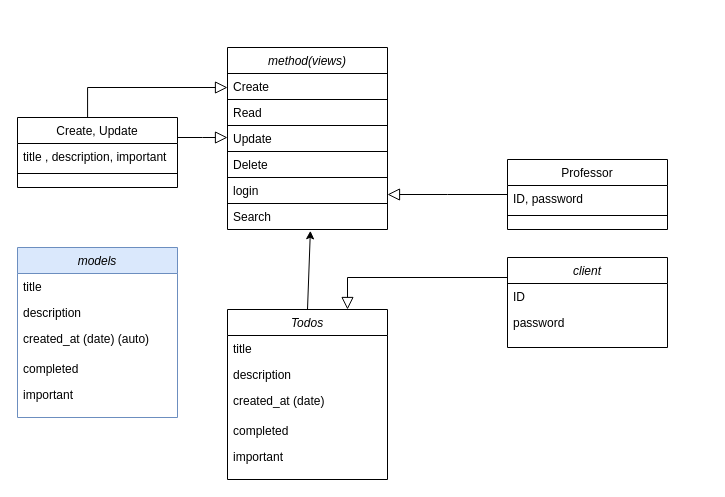
wjddn4502/raspberry_236 keeps this draw.io diagram as 제목 없는 다이어그램.drawio. Above is the earlier version. Source tidied: cells renumbered, new cells numbered last; positions are measured from the earlier drawing's top-left corner, leaving out a move shared by most shapes. Both pictures are drawn from the tidied source at 100%, with x=0, y=0 at pixel (17, 47).
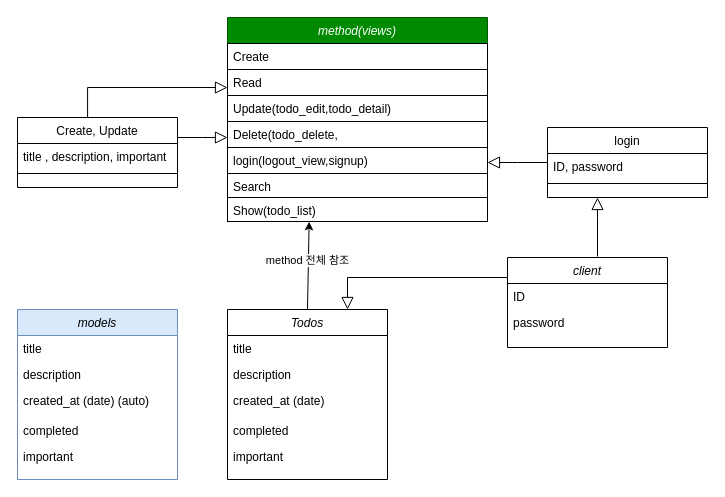
After the change.

Commit message:
제목 없는 다이어그램.drawio 업데이트

Unchanged cells that the change refers to:
```xml
<mxCell id="28" value="Todos" style="swimlane;fontStyle=2;align=center;verticalAlign=top;horizontal=1;startSize=26;rounded=0;shadow=0;strokeWidth=1;" parent="1" vertex="1">
  <mxGeometry x="210" y="262" width="160" height="170" as="geometry" />
</mxCell>
```

What changed in the source:
```diff
@@
-    <mxCell id="2" value="method(views)" style="swimlane;fontStyle=2;align=center;verticalAlign=top;horizontal=1;startSize=26;rounded=0;shadow=0;strokeWidth=1;" parent="1" vertex="1">
-      <mxGeometry x="210" width="160" height="182" as="geometry" />
+    <mxCell id="2" value="method(views)" style="swimlane;fontStyle=2;align=center;verticalAlign=top;horizontal=1;startSize=26;rounded=0;shadow=0;strokeWidth=1;fillColor=#008a00;fontColor=#ffffff;strokeColor=#005700;" parent="1" vertex="1">
+      <mxGeometry x="210" y="-30" width="260" height="204" as="geometry" />
     </mxCell>
     <mxCell id="3" value="Create" style="text;align=left;verticalAlign=top;spacingLeft=4;spacingRight=4;overflow=hidden;strokeColor=default;" parent="2" vertex="1">
-      <mxGeometry y="26" width="160" height="26" as="geometry" />
+      <mxGeometry y="26" width="260" height="26" as="geometry" />
     </mxCell>
     <mxCell id="4" value="Read" style="text;align=left;verticalAlign=top;spacingLeft=4;spacingRight=4;overflow=hidden;rounded=0;shadow=0;html=0;strokeColor=default;" parent="2" vertex="1">
-      <mxGeometry y="52" width="160" height="26" as="geometry" />
+      <mxGeometry y="52" width="260" height="26" as="geometry" />
     </mxCell>
-    <mxCell id="5" value="Update" style="text;align=left;verticalAlign=top;spacingLeft=4;spacingRight=4;overflow=hidden;rounded=0;shadow=0;html=0;strokeColor=default;" parent="2" vertex="1">
-      <mxGeometry y="78" width="160" height="26" as="geometry" />
+    <mxCell id="5" value="Update(todo_edit,todo_detail)" style="text;align=left;verticalAlign=top;spacingLeft=4;spacingRight=4;overflow=hidden;rounded=0;shadow=0;html=0;strokeColor=default;" parent="2" vertex="1">
+      <mxGeometry y="78" width="260" height="26" as="geometry" />
     </mxCell>
-    <mxCell id="6" value="Delete" style="text;align=left;verticalAlign=top;spacingLeft=4;spacingRight=4;overflow=hidden;strokeColor=default;" parent="2" vertex="1">
-      <mxGeometry y="104" width="160" height="26" as="geometry" />
+    <mxCell id="6" value="Delete(todo_delete," style="text;align=left;verticalAlign=top;spacingLeft=4;spacingRight=4;overflow=hidden;strokeColor=default;" parent="2" vertex="1">
+      <mxGeometry y="104" width="260" height="26" as="geometry" />
     </mxCell>
-    <mxCell id="7" value="login" style="text;align=left;verticalAlign=top;spacingLeft=4;spacingRight=4;overflow=hidden;strokeColor=default;" parent="2" vertex="1">
-      <mxGeometry y="130" width="160" height="26" as="geometry" />
+    <mxCell id="7" value="login(logout_view,signup)" style="text;align=left;verticalAlign=top;spacingLeft=4;spacingRight=4;overflow=hidden;strokeColor=default;" parent="2" vertex="1">
+      <mxGeometry y="130" width="260" height="26" as="geometry" />
     </mxCell>
-    <mxCell id="8" value="Search" style="text;align=left;verticalAlign=top;spacingLeft=4;spacingRight=4;overflow=hidden;points=[[0,0.5],[1,0.5]];portConstraint=eastwest;" parent="2" vertex="1">
-      <mxGeometry y="156" width="160" height="26" as="geometry" />
+    <mxCell id="8" value="Search" style="text;align=left;verticalAlign=top;spacingLeft=4;spacingRight=4;overflow=hidden;points=[[0,0.5],[1,0.5]];portConstraint=eastwest;strokeColor=default;" parent="2" vertex="1">
+      <mxGeometry y="156" width="260" height="24" as="geometry" />
     </mxCell>
+    <mxCell id="38" value="Show(todo_list)" style="text;align=left;verticalAlign=top;spacingLeft=4;spacingRight=4;overflow=hidden;points=[[0,0.5],[1,0.5]];portConstraint=eastwest;strokeColor=default;" parent="2" vertex="1">
+      <mxGeometry y="180" width="260" height="24" as="geometry" />
+    </mxCell>
-    <mxCell id="9" value="Professor" style="swimlane;fontStyle=0;align=center;verticalAlign=top;horizontal=1;startSize=26;rounded=0;shadow=0;strokeWidth=1;" parent="1" vertex="1">
-      <mxGeometry x="490" y="112" width="160" height="70" as="geometry" />
+    <mxCell id="9" value="login" style="swimlane;fontStyle=0;align=center;verticalAlign=top;horizontal=1;startSize=26;rounded=0;shadow=0;strokeWidth=1;" parent="1" vertex="1">
+      <mxGeometry x="530" y="80" width="160" height="70" as="geometry" />
     </mxCell>
@@
     <mxCell id="17" value="models" style="swimlane;fontStyle=2;align=center;verticalAlign=top;horizontal=1;startSize=26;rounded=0;shadow=0;strokeWidth=1;fillColor=#dae8fc;strokeColor=#6c8ebf;" parent="1" vertex="1">
-      <mxGeometry y="200" width="160" height="170" as="geometry" />
+      <mxGeometry y="262" width="160" height="170" as="geometry" />
     </mxCell>
@@
-    <mxCell id="36" style="endArrow=classic;html=1;rounded=0;exitX=0.5;exitY=0;exitDx=0;exitDy=0;entryX=0.518;entryY=1.05;entryDx=0;entryDy=0;entryPerimeter=0;" parent="1" edge="1" source="28" target="8">
+    <mxCell id="36" style="endArrow=classic;html=1;rounded=0;exitX=0.5;exitY=0;exitDx=0;exitDy=0;entryX=0.314;entryY=1.008;entryDx=0;entryDy=0;entryPerimeter=0;" parent="1" edge="1" source="28" target="38">
       <mxGeometry relative="1" as="geometry" />
     </mxCell>
+    <mxCell id="39" value="method 전체 참조" style="edgeLabel;html=1;align=center;verticalAlign=middle;" parent="36" vertex="1">
+      <mxGeometry x="0.59" y="-2" relative="1" as="geometry">
+        <mxPoint x="-4" y="20" as="offset" />
+      </mxGeometry>
+    </mxCell>
@@
+    <mxCell id="40" style="endArrow=block;endSize=10;endFill=0;shadow=0;strokeWidth=1;rounded=0;curved=0;edgeStyle=elbowEdgeStyle;elbow=vertical;exitX=0;exitY=0.5;exitDx=0;exitDy=0;" parent="1" edge="1">
+      <mxGeometry relative="1" as="geometry">
+        <mxPoint x="580" y="209" as="sourcePoint" />
+        <mxPoint x="580" y="150" as="targetPoint" />
+        <Array as="points">
+          <mxPoint x="580" y="170" />
+        </Array>
+      </mxGeometry>
+    </mxCell>
```
